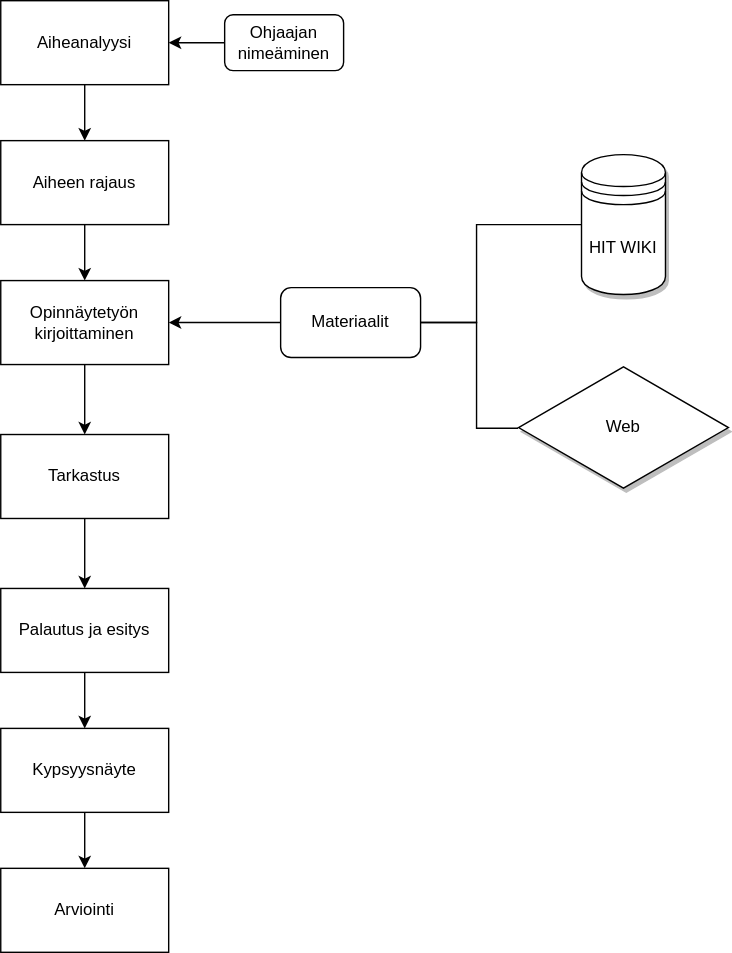
Before: oppari_process.svg, a diagram exported from draw.io (hirsmaki/oppari). Source tidied: cells renumbered, new cells last; positions are measured from the earlier drawing's top-left corner, leaving out a move shared by most shapes. Source of this version:
```xml
<mxGraphModel>
  <root>
    <mxCell id="0" />
    <mxCell id="1" parent="0" />
    <mxCell id="2" style="edgeStyle=orthogonalEdgeStyle;rounded=0;jettySize=auto;html=1;exitX=0.5;exitY=1;exitDx=0;exitDy=0;entryX=0.5;entryY=0;entryDx=0;entryDy=0;" parent="1" edge="1" source="3" target="5">
      <mxGeometry relative="1" as="geometry" />
    </mxCell>
    <mxCell id="3" value="Aiheanalyysi" style="rounded=0;whiteSpace=wrap;html=1;" parent="1" vertex="1">
      <mxGeometry width="120" height="60" as="geometry" />
    </mxCell>
    <mxCell id="4" style="edgeStyle=orthogonalEdgeStyle;rounded=0;jettySize=auto;html=1;entryX=0.5;entryY=0;entryDx=0;entryDy=0;endArrow=classic;endFill=1;" parent="1" edge="1" source="5" target="9">
      <mxGeometry relative="1" as="geometry" />
    </mxCell>
    <mxCell id="5" value="Aiheen rajaus" style="rounded=0;whiteSpace=wrap;html=1;" parent="1" vertex="1">
      <mxGeometry y="100" width="120" height="60" as="geometry" />
    </mxCell>
    <mxCell id="6" style="edgeStyle=orthogonalEdgeStyle;rounded=0;jettySize=auto;html=1;" parent="1" edge="1" source="7" target="3">
      <mxGeometry relative="1" as="geometry" />
    </mxCell>
    <mxCell id="7" value="Ohjaajan nimeäminen" style="rounded=1;whiteSpace=wrap;html=1;" parent="1" vertex="1">
      <mxGeometry x="160" y="10" width="85" height="40" as="geometry" />
    </mxCell>
    <mxCell id="8" style="edgeStyle=orthogonalEdgeStyle;rounded=0;jettySize=auto;html=1;entryX=0.5;entryY=0;entryDx=0;entryDy=0;endArrow=classic;endFill=1;" parent="1" edge="1" source="9" target="17">
      <mxGeometry relative="1" as="geometry" />
    </mxCell>
    <mxCell id="9" value="Opinnäytetyön kirjoittaminen" style="rounded=0;whiteSpace=wrap;html=1;glass=0;sketch=0;shadow=0;bold=5;strokeWidth=1;" parent="1" vertex="1">
      <mxGeometry y="200" width="120" height="60" as="geometry" />
    </mxCell>
    <mxCell id="10" style="edgeStyle=orthogonalEdgeStyle;rounded=0;jettySize=auto;html=1;exitX=0;exitY=0.5;exitDx=0;exitDy=0;entryX=1;entryY=0.5;entryDx=0;entryDy=0;" parent="1" edge="1" source="11" target="9">
      <mxGeometry relative="1" as="geometry" />
    </mxCell>
    <mxCell id="11" value="Materiaalit" style="rounded=1;whiteSpace=wrap;html=1;" parent="1" vertex="1">
      <mxGeometry x="200" y="205" width="100" height="50" as="geometry" />
    </mxCell>
    <mxCell id="12" style="edgeStyle=orthogonalEdgeStyle;rounded=0;jettySize=auto;html=1;endArrow=none;endFill=0;" parent="1" edge="1" source="13">
      <mxGeometry relative="1" as="geometry">
        <mxPoint x="300" y="230" as="targetPoint" />
        <Array as="points">
          <mxPoint x="340" y="160" />
          <mxPoint x="340" y="230" />
        </Array>
      </mxGeometry>
    </mxCell>
    <mxCell id="13" value="HIT WIKI" style="shape=datastore;whiteSpace=wrap;html=1;shadow=1;" parent="1" vertex="1">
      <mxGeometry x="415" y="110" width="60" height="100" as="geometry" />
    </mxCell>
    <mxCell id="14" style="edgeStyle=orthogonalEdgeStyle;rounded=0;jettySize=auto;html=1;endArrow=none;endFill=0;entryX=1;entryY=0.5;entryDx=0;entryDy=0;exitX=-0.002;exitY=0.506;exitDx=0;exitDy=0;exitPerimeter=0;" parent="1" edge="1" source="15" target="11">
      <mxGeometry relative="1" as="geometry">
        <Array as="points">
          <mxPoint x="340" y="306" />
          <mxPoint x="340" y="230" />
        </Array>
      </mxGeometry>
    </mxCell>
    <mxCell id="15" value="Web" style="html=1;whiteSpace=wrap;shape=isoRectangle;shadow=1;" parent="1" vertex="1">
      <mxGeometry x="370" y="260" width="150" height="90" as="geometry" />
    </mxCell>
    <mxCell id="16" style="edgeStyle=orthogonalEdgeStyle;rounded=0;jettySize=auto;html=1;exitX=0.5;exitY=1;exitDx=0;exitDy=0;entryX=0.5;entryY=0;entryDx=0;entryDy=0;endArrow=classic;endFill=1;" parent="1" edge="1" source="17" target="19">
      <mxGeometry relative="1" as="geometry" />
    </mxCell>
    <mxCell id="17" value="Tarkastus" style="rounded=0;whiteSpace=wrap;html=1;shadow=0;" parent="1" vertex="1">
      <mxGeometry y="310" width="120" height="60" as="geometry" />
    </mxCell>
    <mxCell id="18" style="edgeStyle=orthogonalEdgeStyle;rounded=0;jettySize=auto;html=1;exitX=0.5;exitY=1;exitDx=0;exitDy=0;entryX=0.5;entryY=0;entryDx=0;entryDy=0;endArrow=classic;endFill=1;" parent="1" edge="1" source="19" target="21">
      <mxGeometry relative="1" as="geometry" />
    </mxCell>
    <mxCell id="19" value="Palautus ja esitys" style="rounded=0;whiteSpace=wrap;html=1;shadow=0;" parent="1" vertex="1">
      <mxGeometry y="420" width="120" height="60" as="geometry" />
    </mxCell>
    <mxCell id="20" style="edgeStyle=orthogonalEdgeStyle;rounded=0;jettySize=auto;html=1;entryX=0.5;entryY=0;entryDx=0;entryDy=0;endArrow=classic;endFill=1;" parent="1" edge="1" source="21" target="22">
      <mxGeometry relative="1" as="geometry" />
    </mxCell>
    <mxCell id="21" value="Kypsyysnäyte" style="rounded=0;whiteSpace=wrap;html=1;shadow=0;" parent="1" vertex="1">
      <mxGeometry y="520" width="120" height="60" as="geometry" />
    </mxCell>
    <mxCell id="22" value="Arviointi" style="rounded=0;whiteSpace=wrap;html=1;shadow=0;" parent="1" vertex="1">
      <mxGeometry y="620" width="120" height="60" as="geometry" />
    </mxCell>
  </root>
</mxGraphModel>
```
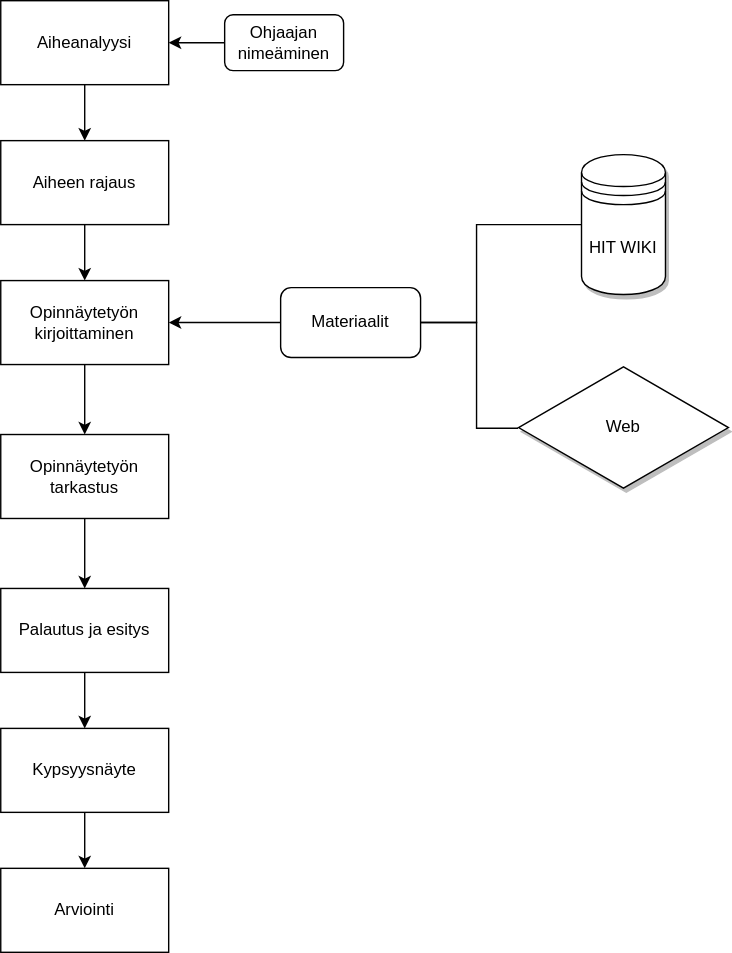
The same file after the commit.

The edit, as a diff of the source:
```diff
@@ -58,7 +58,7 @@
     <mxCell id="16" style="edgeStyle=orthogonalEdgeStyle;rounded=0;jettySize=auto;html=1;exitX=0.5;exitY=1;exitDx=0;exitDy=0;entryX=0.5;entryY=0;entryDx=0;entryDy=0;endArrow=classic;endFill=1;" parent="1" edge="1" source="17" target="19">
       <mxGeometry relative="1" as="geometry" />
     </mxCell>
-    <mxCell id="17" value="Tarkastus" style="rounded=0;whiteSpace=wrap;html=1;shadow=0;" parent="1" vertex="1">
+    <mxCell id="17" value="Opinnäytetyön tarkastus" style="rounded=0;whiteSpace=wrap;html=1;shadow=0;" parent="1" vertex="1">
       <mxGeometry y="310" width="120" height="60" as="geometry" />
     </mxCell>
     <mxCell id="18" style="edgeStyle=orthogonalEdgeStyle;rounded=0;jettySize=auto;html=1;exitX=0.5;exitY=1;exitDx=0;exitDy=0;entryX=0.5;entryY=0;entryDx=0;entryDy=0;endArrow=classic;endFill=1;" parent="1" edge="1" source="19" target="21">
```
